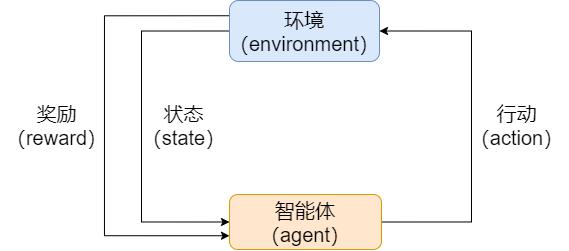
lakomi/pictures keeps this draw.io diagram as rl.drawio.png. Above is the earlier version. Source tidied: cells renumbered, new cells last; positions are measured from the earlier drawing's top-left corner, leaving out a move shared by most shapes.
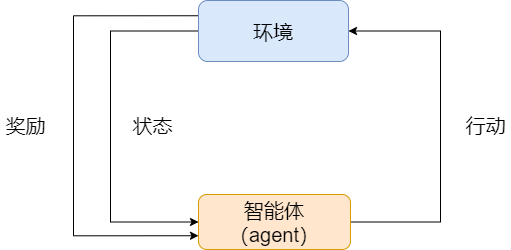
Later version of the same file.

Change to the diagram source:
```diff
@@ -18,7 +18,7 @@
         </Array>
       </mxGeometry>
     </mxCell>
-    <mxCell id="4" value="环境（environment）" style="rounded=1;whiteSpace=wrap;html=1;fontSize=20;fillColor=#dae8fc;strokeColor=#6c8ebf;" parent="1" vertex="1">
+    <mxCell id="4" value="环境" style="rounded=1;whiteSpace=wrap;html=1;fontSize=20;fillColor=#dae8fc;strokeColor=#6c8ebf;" parent="1" vertex="1">
       <mxGeometry x="229" width="150" height="61" as="geometry" />
     </mxCell>
     <mxCell id="5" style="edgeStyle=orthogonalEdgeStyle;rounded=0;jettySize=auto;html=1;exitX=1;exitY=0.5;exitDx=0;exitDy=0;entryX=1;entryY=0.5;entryDx=0;entryDy=0;fontSize=20;strokeColor=#000000;" parent="1" edge="1" source="6" target="4">
@@ -32,14 +32,14 @@
     <mxCell id="6" value="智能体&lt;br&gt;（agent）" style="rounded=1;whiteSpace=wrap;html=1;fontSize=20;fillColor=#ffe6cc;strokeColor=#d79b00;" parent="1" vertex="1">
       <mxGeometry x="229" y="194" width="152" height="55" as="geometry" />
     </mxCell>
-    <mxCell id="7" value="行动&lt;br&gt;（action）" style="text;html=1;align=center;verticalAlign=middle;strokeColor=none;fillColor=none;fontSize=20;" parent="1" vertex="1">
-      <mxGeometry x="464" y="99" width="104" height="52" as="geometry" />
+    <mxCell id="7" value="行动" style="text;html=1;align=center;verticalAlign=middle;strokeColor=none;fillColor=none;fontSize=20;" parent="1" vertex="1">
+      <mxGeometry x="491" y="111" width="50" height="28" as="geometry" />
     </mxCell>
-    <mxCell id="8" value="状态&lt;br&gt;（state）" style="text;html=1;align=center;verticalAlign=middle;strokeColor=none;fillColor=none;fontSize=20;" parent="1" vertex="1">
-      <mxGeometry x="136" y="99" width="93" height="52" as="geometry" />
+    <mxCell id="8" value="状态" style="text;html=1;align=center;verticalAlign=middle;strokeColor=none;fillColor=none;fontSize=20;" parent="1" vertex="1">
+      <mxGeometry x="158" y="111" width="50" height="28" as="geometry" />
     </mxCell>
-    <mxCell id="9" value="奖励&lt;br&gt;（reward）" style="text;html=1;align=center;verticalAlign=middle;strokeColor=none;fillColor=none;fontSize=20;" parent="1" vertex="1">
-      <mxGeometry y="99" width="111" height="52" as="geometry" />
+    <mxCell id="9" value="奖励" style="text;html=1;align=center;verticalAlign=middle;strokeColor=none;fillColor=none;fontSize=20;" parent="1" vertex="1">
+      <mxGeometry x="31" y="111" width="50" height="28" as="geometry" />
     </mxCell>
   </root>
 </mxGraphModel>
```
